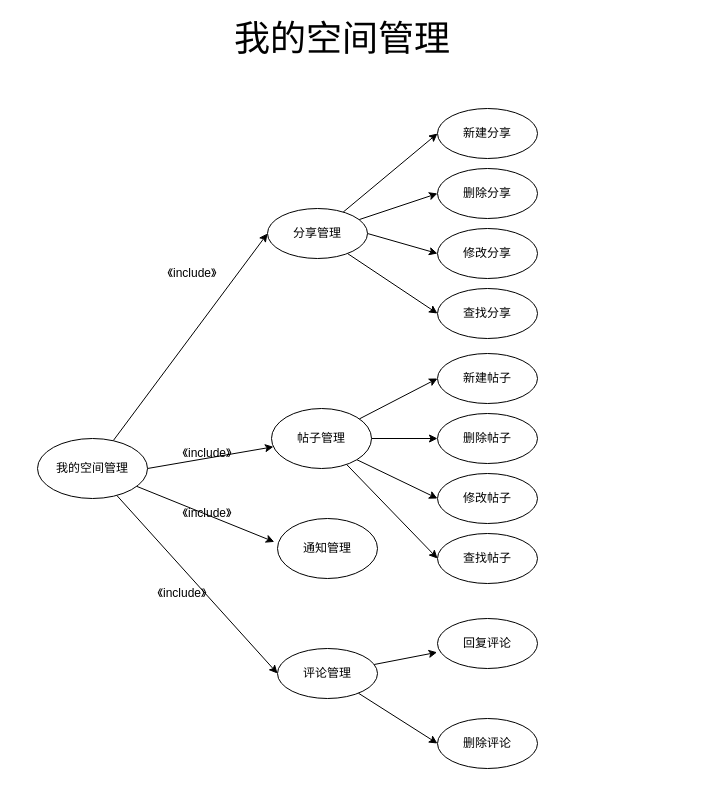
This is mySpace.drawio from JohnnyLin12/GJR_BBS, a draw.io file, before an edit. Source tidied: cells renumbered, new cells numbered last; positions are measured from the earlier drawing's top-left corner, leaving out a move shared by most shapes. Both pictures are drawn from the tidied source at 100%, with x=0, y=0 at pixel (37, 28).
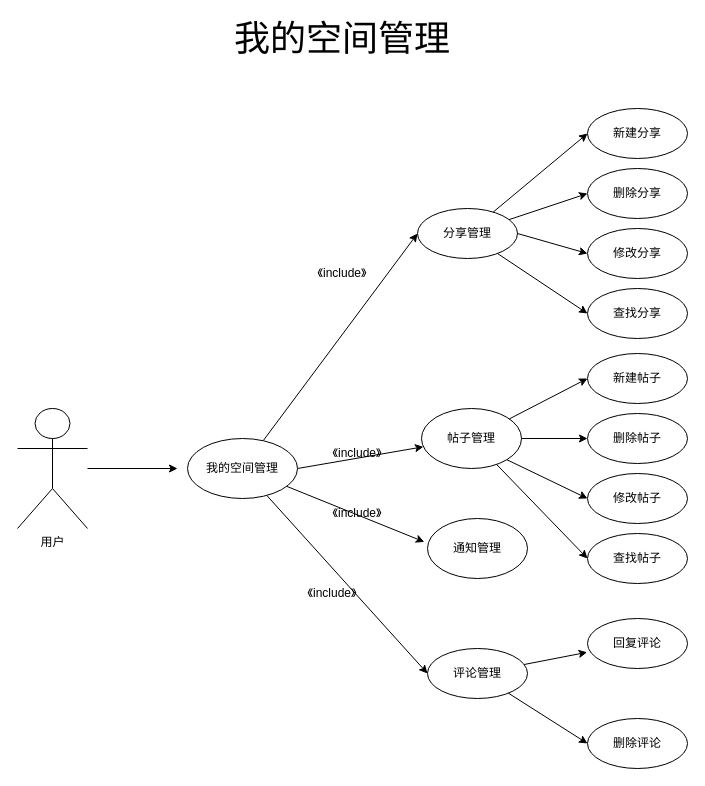
After the change.

The edit, as a diff of the source:
```diff
@@
-    <mxCell id="3" style="edgeStyle=none;rounded=0;jettySize=auto;html=1;entryX=0;entryY=0.5;entryDx=0;entryDy=0;" parent="1" edge="1" source="7" target="28">
-      <mxGeometry relative="1" as="geometry" />
-    </mxCell>
-    <mxCell id="4" style="edgeStyle=none;rounded=0;jettySize=auto;html=1;entryX=0;entryY=0.5;entryDx=0;entryDy=0;" parent="1" edge="1" source="7" target="29">
-      <mxGeometry relative="1" as="geometry" />
-    </mxCell>
-    <mxCell id="5" style="edgeStyle=none;rounded=0;jettySize=auto;html=1;entryX=0;entryY=0.5;entryDx=0;entryDy=0;exitX=1;exitY=1;exitDx=0;exitDy=0;" parent="1" edge="1" source="7" target="31">
-      <mxGeometry relative="1" as="geometry" />
-    </mxCell>
-    <mxCell id="6" style="edgeStyle=none;rounded=0;jettySize=auto;html=1;entryX=0;entryY=0.5;entryDx=0;entryDy=0;" parent="1" edge="1" source="7" target="30">
-      <mxGeometry relative="1" as="geometry" />
-    </mxCell>
+    <mxCell id="36" style="group;" parent="1" vertex="1">
+      <mxGeometry x="150" y="80" width="500" height="660" as="geometry" />
+    </mxCell>
-    <mxCell id="7" value="帖子管理" style="ellipse;whiteSpace=wrap;html=1;" parent="1" vertex="1">
-      <mxGeometry x="234" y="380" width="100" height="60" as="geometry" />
+    <mxCell id="7" value="帖子管理" style="ellipse;whiteSpace=wrap;html=1;" parent="36" vertex="1">
+      <mxGeometry x="234" y="300" width="100" height="60" as="geometry" />
     </mxCell>
-    <mxCell id="8" style="rounded=0;jettySize=auto;html=1;entryX=0;entryY=0.5;entryDx=0;entryDy=0;" parent="1" edge="1" source="12" target="24">
-      <mxGeometry relative="1" as="geometry" />
-    </mxCell>
-    <mxCell id="9" style="edgeStyle=none;rounded=0;jettySize=auto;html=1;entryX=0;entryY=0.5;entryDx=0;entryDy=0;" parent="1" edge="1" source="12" target="25">
-      <mxGeometry relative="1" as="geometry" />
-    </mxCell>
-    <mxCell id="10" style="edgeStyle=none;rounded=0;jettySize=auto;html=1;exitX=1;exitY=0.5;exitDx=0;exitDy=0;entryX=0;entryY=0.5;entryDx=0;entryDy=0;" parent="1" edge="1" source="12" target="27">
-      <mxGeometry relative="1" as="geometry" />
-    </mxCell>
-    <mxCell id="11" style="edgeStyle=none;rounded=0;jettySize=auto;html=1;entryX=0;entryY=0.5;entryDx=0;entryDy=0;" parent="1" edge="1" source="12" target="26">
-      <mxGeometry relative="1" as="geometry" />
-    </mxCell>
-    <mxCell id="12" value="分享管理" style="ellipse;whiteSpace=wrap;html=1;" parent="1" vertex="1">
-      <mxGeometry x="230" y="180" width="100" height="50" as="geometry" />
+    <mxCell id="12" value="分享管理" style="ellipse;whiteSpace=wrap;html=1;" parent="36" vertex="1">
+      <mxGeometry x="230" y="100" width="100" height="50" as="geometry" />
     </mxCell>
-    <mxCell id="13" style="edgeStyle=none;rounded=0;jettySize=auto;html=1;entryX=-0.004;entryY=0.676;entryDx=0;entryDy=0;entryPerimeter=0;" parent="1" edge="1" source="15" target="32">
-      <mxGeometry relative="1" as="geometry" />
-    </mxCell>
-    <mxCell id="14" style="edgeStyle=none;rounded=0;jettySize=auto;html=1;entryX=0;entryY=0.5;entryDx=0;entryDy=0;" parent="1" edge="1" source="15" target="33">
-      <mxGeometry relative="1" as="geometry" />
-    </mxCell>
-    <mxCell id="15" value="评论管理" style="ellipse;whiteSpace=wrap;html=1;" parent="1" vertex="1">
-      <mxGeometry x="240" y="620" width="100" height="50" as="geometry" />
+    <mxCell id="15" value="评论管理" style="ellipse;whiteSpace=wrap;html=1;" parent="36" vertex="1">
+      <mxGeometry x="240" y="540" width="100" height="50" as="geometry" />
     </mxCell>
-    <mxCell id="16" style="edgeStyle=none;rounded=0;jettySize=auto;html=1;exitX=1;exitY=0.5;exitDx=0;exitDy=0;" parent="1" edge="1" source="20" target="7">
-      <mxGeometry x="54" y="155" as="geometry" />
+    <mxCell id="16" style="edgeStyle=none;rounded=0;jettySize=auto;html=1;exitX=1;exitY=0.5;exitDx=0;exitDy=0;" parent="36" edge="1" source="20" target="7">
+      <mxGeometry x="-26" y="-5" as="geometry" />
     </mxCell>
-    <mxCell id="17" style="edgeStyle=none;rounded=0;jettySize=auto;html=1;entryX=0;entryY=0.5;entryDx=0;entryDy=0;" parent="1" edge="1" source="20" target="12">
-      <mxGeometry x="54" y="155" as="geometry" />
+    <mxCell id="17" style="edgeStyle=none;rounded=0;jettySize=auto;html=1;entryX=0;entryY=0.5;entryDx=0;entryDy=0;" parent="36" edge="1" source="20" target="12">
+      <mxGeometry x="-26" y="-5" as="geometry" />
     </mxCell>
-    <mxCell id="18" style="edgeStyle=none;rounded=0;jettySize=auto;html=1;entryX=0;entryY=0.5;entryDx=0;entryDy=0;" parent="1" edge="1" source="20" target="15">
-      <mxGeometry x="54" y="155" as="geometry" />
+    <mxCell id="18" style="edgeStyle=none;rounded=0;jettySize=auto;html=1;entryX=0;entryY=0.5;entryDx=0;entryDy=0;" parent="36" edge="1" source="20" target="15">
+      <mxGeometry x="-26" y="-5" as="geometry" />
     </mxCell>
-    <mxCell id="19" style="edgeStyle=none;rounded=0;jettySize=auto;html=1;entryX=-0.032;entryY=0.39;entryDx=0;entryDy=0;entryPerimeter=0;" parent="1" edge="1" source="20" target="34">
-      <mxGeometry relative="1" as="geometry" />
-    </mxCell>
-    <mxCell id="20" value="我的空间管理" style="ellipse;whiteSpace=wrap;html=1;" parent="1" vertex="1">
-      <mxGeometry y="410" width="110" height="60" as="geometry" />
+    <mxCell id="20" value="我的空间管理" style="ellipse;whiteSpace=wrap;html=1;" parent="36" vertex="1">
+      <mxGeometry y="330" width="110" height="60" as="geometry" />
     </mxCell>
-    <mxCell id="21" value="《include》" style="text;html=1;strokeColor=none;fillColor=none;align=center;verticalAlign=middle;whiteSpace=wrap;rounded=0;" parent="1" vertex="1">
-      <mxGeometry x="140" y="415" width="60" height="20" as="geometry" />
+    <mxCell id="21" value="《include》" style="text;html=1;strokeColor=none;fillColor=none;align=center;verticalAlign=middle;whiteSpace=wrap;rounded=0;" parent="36" vertex="1">
+      <mxGeometry x="140" y="335" width="60" height="20" as="geometry" />
     </mxCell>
-    <mxCell id="22" value="《include》" style="text;html=1;strokeColor=none;fillColor=none;align=center;verticalAlign=middle;whiteSpace=wrap;rounded=0;" parent="1" vertex="1">
-      <mxGeometry x="120" y="230" width="70" height="30" as="geometry" />
+    <mxCell id="22" value="《include》" style="text;html=1;strokeColor=none;fillColor=none;align=center;verticalAlign=middle;whiteSpace=wrap;rounded=0;" parent="36" vertex="1">
+      <mxGeometry x="120" y="150" width="70" height="30" as="geometry" />
     </mxCell>
-    <mxCell id="23" value="《include》" style="text;html=1;strokeColor=none;fillColor=none;align=center;verticalAlign=middle;whiteSpace=wrap;rounded=0;" parent="1" vertex="1">
-      <mxGeometry x="135" y="470" width="70" height="30" as="geometry" />
+    <mxCell id="23" value="《include》" style="text;html=1;strokeColor=none;fillColor=none;align=center;verticalAlign=middle;whiteSpace=wrap;rounded=0;" parent="36" vertex="1">
+      <mxGeometry x="135" y="390" width="70" height="30" as="geometry" />
     </mxCell>
-    <mxCell id="24" value="新建分享" style="ellipse;whiteSpace=wrap;html=1;" parent="1" vertex="1">
-      <mxGeometry x="400" y="80" width="100" height="50" as="geometry" />
+    <mxCell id="24" value="新建分享" style="ellipse;whiteSpace=wrap;html=1;" parent="36" vertex="1">
+      <mxGeometry x="400" width="100" height="50" as="geometry" />
     </mxCell>
+    <mxCell id="8" style="rounded=0;jettySize=auto;html=1;entryX=0;entryY=0.5;entryDx=0;entryDy=0;" parent="36" edge="1" source="12" target="24">
+      <mxGeometry relative="1" as="geometry" />
+    </mxCell>
-    <mxCell id="25" value="删除分享" style="ellipse;whiteSpace=wrap;html=1;" parent="1" vertex="1">
-      <mxGeometry x="400" y="140" width="100" height="50" as="geometry" />
+    <mxCell id="25" value="删除分享" style="ellipse;whiteSpace=wrap;html=1;" parent="36" vertex="1">
+      <mxGeometry x="400" y="60" width="100" height="50" as="geometry" />
     </mxCell>
+    <mxCell id="9" style="edgeStyle=none;rounded=0;jettySize=auto;html=1;entryX=0;entryY=0.5;entryDx=0;entryDy=0;" parent="36" edge="1" source="12" target="25">
+      <mxGeometry relative="1" as="geometry" />
+    </mxCell>
-    <mxCell id="26" value="查找分享" style="ellipse;whiteSpace=wrap;html=1;" parent="1" vertex="1">
-      <mxGeometry x="400" y="260" width="100" height="50" as="geometry" />
+    <mxCell id="26" value="查找分享" style="ellipse;whiteSpace=wrap;html=1;" parent="36" vertex="1">
+      <mxGeometry x="400" y="180" width="100" height="50" as="geometry" />
     </mxCell>
+    <mxCell id="11" style="edgeStyle=none;rounded=0;jettySize=auto;html=1;entryX=0;entryY=0.5;entryDx=0;entryDy=0;" parent="36" edge="1" source="12" target="26">
+      <mxGeometry relative="1" as="geometry" />
+    </mxCell>
-    <mxCell id="27" value="修改分享" style="ellipse;whiteSpace=wrap;html=1;" parent="1" vertex="1">
-      <mxGeometry x="400" y="200" width="100" height="50" as="geometry" />
+    <mxCell id="27" value="修改分享" style="ellipse;whiteSpace=wrap;html=1;" parent="36" vertex="1">
+      <mxGeometry x="400" y="120" width="100" height="50" as="geometry" />
     </mxCell>
+    <mxCell id="10" style="edgeStyle=none;rounded=0;jettySize=auto;html=1;exitX=1;exitY=0.5;exitDx=0;exitDy=0;entryX=0;entryY=0.5;entryDx=0;entryDy=0;" parent="36" edge="1" source="12" target="27">
+      <mxGeometry relative="1" as="geometry" />
+    </mxCell>
-    <mxCell id="28" value="新建帖子" style="ellipse;whiteSpace=wrap;html=1;" parent="1" vertex="1">
-      <mxGeometry x="400" y="325" width="100" height="50" as="geometry" />
+    <mxCell id="28" value="新建帖子" style="ellipse;whiteSpace=wrap;html=1;" parent="36" vertex="1">
+      <mxGeometry x="400" y="245" width="100" height="50" as="geometry" />
     </mxCell>
+    <mxCell id="3" style="edgeStyle=none;rounded=0;jettySize=auto;html=1;entryX=0;entryY=0.5;entryDx=0;entryDy=0;" parent="36" edge="1" source="7" target="28">
+      <mxGeometry relative="1" as="geometry" />
+    </mxCell>
-    <mxCell id="29" value="删除帖子" style="ellipse;whiteSpace=wrap;html=1;" parent="1" vertex="1">
-      <mxGeometry x="400" y="385" width="100" height="50" as="geometry" />
+    <mxCell id="29" value="删除帖子" style="ellipse;whiteSpace=wrap;html=1;" parent="36" vertex="1">
+      <mxGeometry x="400" y="305" width="100" height="50" as="geometry" />
     </mxCell>
+    <mxCell id="4" style="edgeStyle=none;rounded=0;jettySize=auto;html=1;entryX=0;entryY=0.5;entryDx=0;entryDy=0;" parent="36" edge="1" source="7" target="29">
+      <mxGeometry relative="1" as="geometry" />
+    </mxCell>
-    <mxCell id="30" value="查找帖子" style="ellipse;whiteSpace=wrap;html=1;" parent="1" vertex="1">
-      <mxGeometry x="400" y="505" width="100" height="50" as="geometry" />
+    <mxCell id="30" value="查找帖子" style="ellipse;whiteSpace=wrap;html=1;" parent="36" vertex="1">
+      <mxGeometry x="400" y="425" width="100" height="50" as="geometry" />
     </mxCell>
+    <mxCell id="6" style="edgeStyle=none;rounded=0;jettySize=auto;html=1;entryX=0;entryY=0.5;entryDx=0;entryDy=0;" parent="36" edge="1" source="7" target="30">
+      <mxGeometry relative="1" as="geometry" />
+    </mxCell>
-    <mxCell id="31" value="修改帖子" style="ellipse;whiteSpace=wrap;html=1;" parent="1" vertex="1">
-      <mxGeometry x="400" y="445" width="100" height="50" as="geometry" />
+    <mxCell id="31" value="修改帖子" style="ellipse;whiteSpace=wrap;html=1;" parent="36" vertex="1">
+      <mxGeometry x="400" y="365" width="100" height="50" as="geometry" />
     </mxCell>
+    <mxCell id="5" style="edgeStyle=none;rounded=0;jettySize=auto;html=1;entryX=0;entryY=0.5;entryDx=0;entryDy=0;exitX=1;exitY=1;exitDx=0;exitDy=0;" parent="36" edge="1" source="7" target="31">
+      <mxGeometry relative="1" as="geometry" />
+    </mxCell>
-    <mxCell id="32" value="回复评论" style="ellipse;whiteSpace=wrap;html=1;" parent="1" vertex="1">
-      <mxGeometry x="400" y="590" width="100" height="50" as="geometry" />
+    <mxCell id="32" value="回复评论" style="ellipse;whiteSpace=wrap;html=1;" parent="36" vertex="1">
+      <mxGeometry x="400" y="510" width="100" height="50" as="geometry" />
     </mxCell>
+    <mxCell id="13" style="edgeStyle=none;rounded=0;jettySize=auto;html=1;entryX=-0.004;entryY=0.676;entryDx=0;entryDy=0;entryPerimeter=0;" parent="36" edge="1" source="15" target="32">
+      <mxGeometry relative="1" as="geometry" />
+    </mxCell>
-    <mxCell id="33" value="删除评论" style="ellipse;whiteSpace=wrap;html=1;" parent="1" vertex="1">
-      <mxGeometry x="400" y="690" width="100" height="50" as="geometry" />
+    <mxCell id="33" value="删除评论" style="ellipse;whiteSpace=wrap;html=1;" parent="36" vertex="1">
+      <mxGeometry x="400" y="610" width="100" height="50" as="geometry" />
     </mxCell>
+    <mxCell id="14" style="edgeStyle=none;rounded=0;jettySize=auto;html=1;entryX=0;entryY=0.5;entryDx=0;entryDy=0;" parent="36" edge="1" source="15" target="33">
+      <mxGeometry relative="1" as="geometry" />
+    </mxCell>
-    <mxCell id="34" value="通知管理" style="ellipse;whiteSpace=wrap;html=1;" parent="1" vertex="1">
-      <mxGeometry x="240" y="490" width="100" height="60" as="geometry" />
+    <mxCell id="34" value="通知管理" style="ellipse;whiteSpace=wrap;html=1;" parent="36" vertex="1">
+      <mxGeometry x="240" y="410" width="100" height="60" as="geometry" />
     </mxCell>
+    <mxCell id="19" style="edgeStyle=none;rounded=0;jettySize=auto;html=1;entryX=-0.032;entryY=0.39;entryDx=0;entryDy=0;entryPerimeter=0;" parent="36" edge="1" source="20" target="34">
+      <mxGeometry relative="1" as="geometry" />
+    </mxCell>
-    <mxCell id="35" value="《include》" style="text;html=1;strokeColor=none;fillColor=none;align=center;verticalAlign=middle;whiteSpace=wrap;rounded=0;" parent="1" vertex="1">
-      <mxGeometry x="110" y="550" width="70" height="30" as="geometry" />
+    <mxCell id="35" value="《include》" style="text;html=1;strokeColor=none;fillColor=none;align=center;verticalAlign=middle;whiteSpace=wrap;rounded=0;" parent="36" vertex="1">
+      <mxGeometry x="110" y="470" width="70" height="30" as="geometry" />
     </mxCell>
+    <mxCell id="37" style="edgeStyle=none;rounded=0;jettySize=auto;html=1;" parent="1" edge="1" source="38">
+      <mxGeometry relative="1" as="geometry">
+        <mxPoint x="140" y="440" as="targetPoint" />
+      </mxGeometry>
+    </mxCell>
+    <mxCell id="38" value="用户" style="shape=umlActor;verticalLabelPosition=bottom;verticalAlign=top;html=1;outlineConnect=0;" parent="1" vertex="1">
+      <mxGeometry x="-20" y="380" width="70" height="120" as="geometry" />
+    </mxCell>
```
